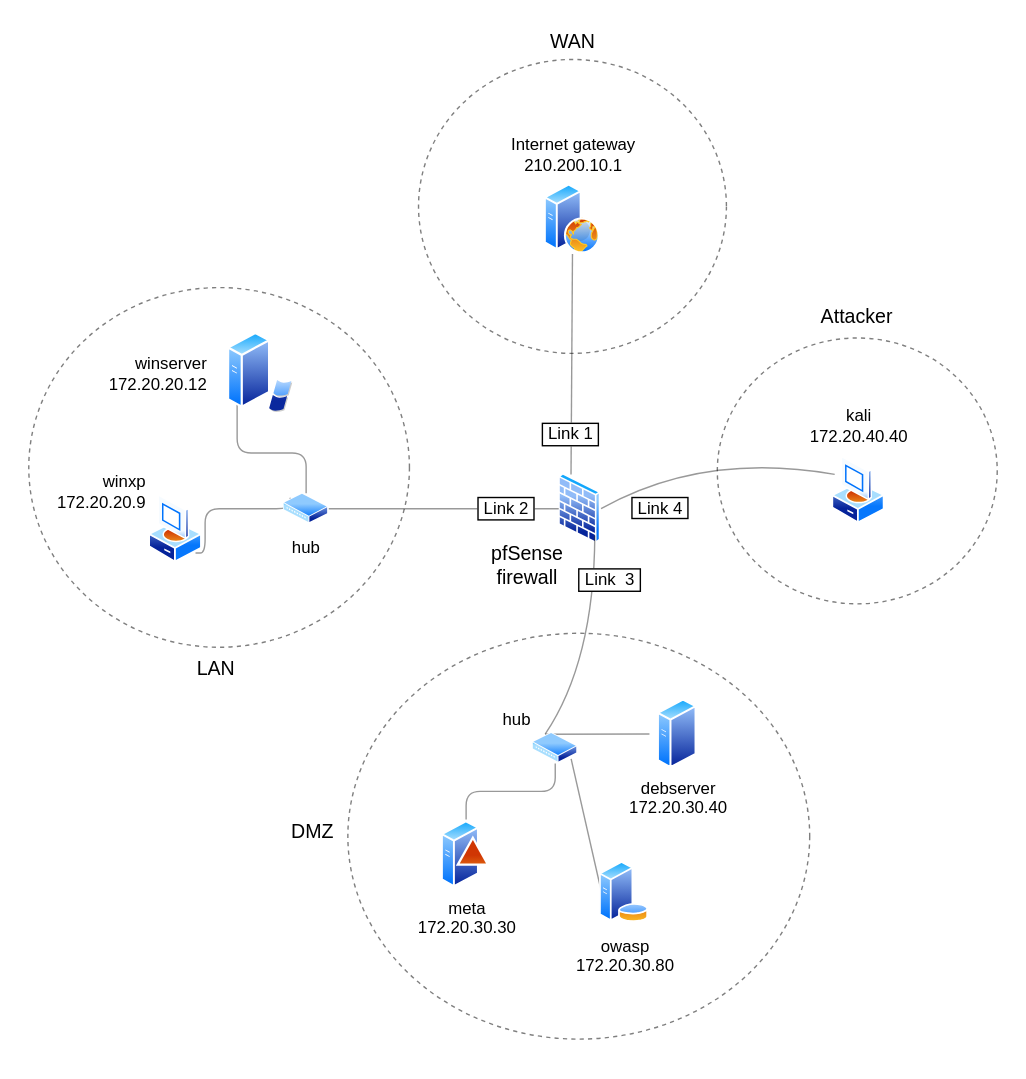
This is Illustrations/CyberLab Overview Light.drawio.svg from TryHackMeNow/CyberLab, a draw.io export, as it was before one commit. Source tidied: cells renumbered, new cells last; positions are measured from the earlier drawing's top-left corner, leaving out a move shared by most shapes.
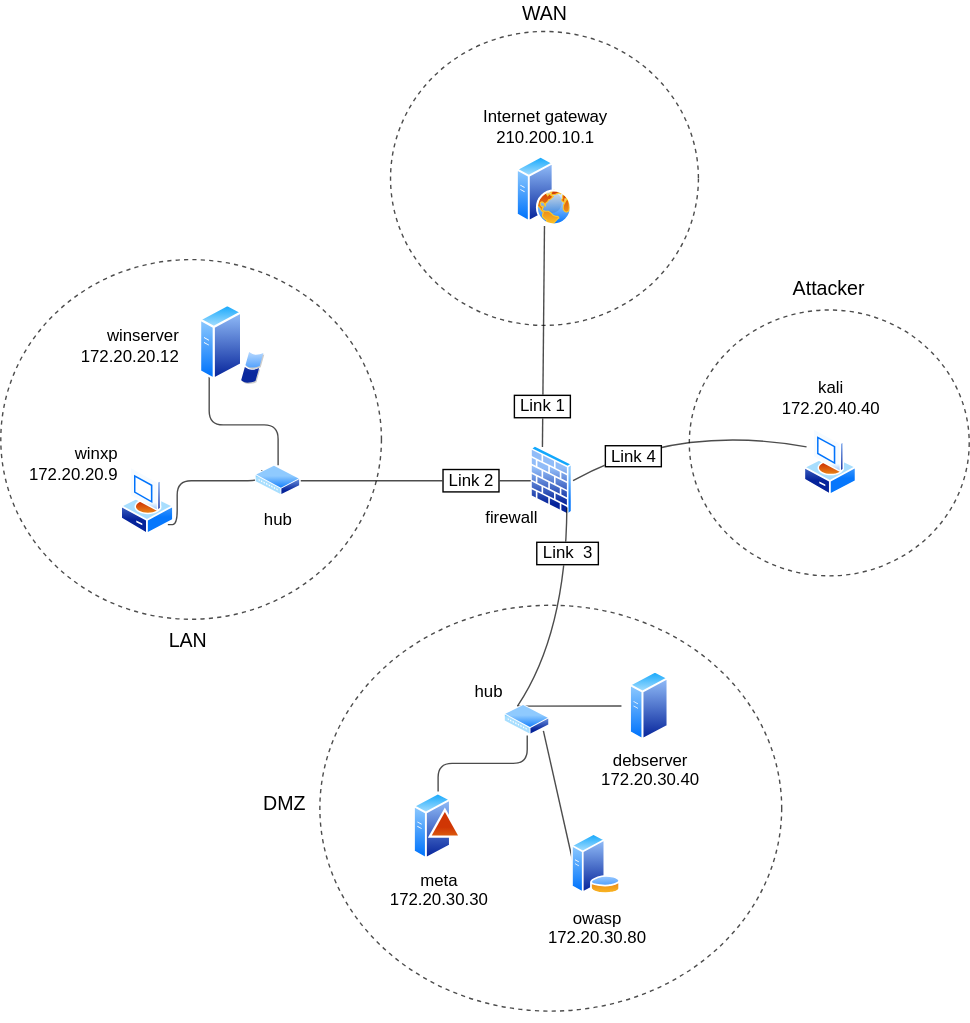
Above is the later version.

The edit, as a diff of the source:
```diff
@@ -2,46 +2,46 @@
   <root>
     <mxCell id="0" />
     <mxCell id="1" parent="0" />
-    <mxCell id="2" value="Attacker" style="ellipse;whiteSpace=wrap;html=1;fillColor=none;strokeWidth=1;labelPosition=center;verticalLabelPosition=top;align=center;verticalAlign=bottom;fontSize=14;fontStyle=0;dashed=1;strokeColor=light-dark(#000000,#FFF2CC);fontColor=light-dark(#000000,#FFF2CC);spacingTop=-1;spacingBottom=4;opacity=50;" parent="1" vertex="1">
+    <mxCell id="2" value="Attacker" style="ellipse;whiteSpace=wrap;html=1;fillColor=none;strokeWidth=1;labelPosition=center;verticalLabelPosition=top;align=center;verticalAlign=bottom;fontSize=14;fontStyle=0;dashed=1;strokeColor=light-dark(#000000,#FFF2CC);fontColor=light-dark(#000000,#FFF2CC);spacingTop=-1;spacingBottom=4;opacity=70;" parent="1" vertex="1">
       <mxGeometry x="492" y="199" width="200" height="190" as="geometry" />
     </mxCell>
-    <mxCell id="3" value="WAN" style="ellipse;whiteSpace=wrap;html=1;fillColor=none;strokeWidth=1;labelPosition=center;verticalLabelPosition=top;align=center;verticalAlign=bottom;fontSize=14;fontStyle=0;dashed=1;strokeColor=light-dark(#000000,#FFF2CC);fontColor=light-dark(#000000,#FFF2CC);opacity=50;spacingBottom=2;" parent="1" vertex="1">
+    <mxCell id="3" value="WAN" style="ellipse;whiteSpace=wrap;html=1;fillColor=none;strokeWidth=1;labelPosition=center;verticalLabelPosition=top;align=center;verticalAlign=bottom;fontSize=14;fontStyle=0;dashed=1;strokeColor=light-dark(#000000,#FFF2CC);fontColor=light-dark(#000000,#FFF2CC);opacity=70;spacingBottom=2;" parent="1" vertex="1">
       <mxGeometry x="278.5" width="220" height="210" as="geometry" />
     </mxCell>
-    <mxCell id="4" value="DMZ&amp;nbsp;&amp;nbsp;" style="ellipse;whiteSpace=wrap;html=1;fillColor=none;strokeWidth=1;labelPosition=left;verticalLabelPosition=middle;align=right;verticalAlign=middle;fontSize=14;fontStyle=0;dashed=1;strokeColor=light-dark(#000000,#FFF2CC);fontColor=light-dark(#000000,#FFF2CC);labelBorderColor=none;spacingTop=0;spacingBottom=7;spacing=2;opacity=50;" parent="1" vertex="1">
+    <mxCell id="4" value="DMZ&amp;nbsp;&amp;nbsp;" style="ellipse;whiteSpace=wrap;html=1;fillColor=none;strokeWidth=1;labelPosition=left;verticalLabelPosition=middle;align=right;verticalAlign=middle;fontSize=14;fontStyle=0;dashed=1;strokeColor=light-dark(#000000,#FFF2CC);fontColor=light-dark(#000000,#FFF2CC);labelBorderColor=none;spacingTop=0;spacingBottom=7;spacing=2;opacity=70;" parent="1" vertex="1">
       <mxGeometry x="228" y="410" width="330" height="290" as="geometry" />
     </mxCell>
-    <mxCell id="5" value="LAN&amp;nbsp;" style="ellipse;whiteSpace=wrap;html=1;fillColor=none;strokeWidth=1;labelPosition=center;verticalLabelPosition=bottom;align=center;verticalAlign=top;fontSize=14;fontStyle=0;dashed=1;strokeColor=light-dark(#000000,#FFF2CC);fontColor=light-dark(#000000,#FFF2CC);opacity=50;" parent="1" vertex="1">
+    <mxCell id="5" value="LAN&amp;nbsp;" style="ellipse;whiteSpace=wrap;html=1;fillColor=none;strokeWidth=1;labelPosition=center;verticalLabelPosition=bottom;align=center;verticalAlign=top;fontSize=14;fontStyle=0;dashed=1;strokeColor=light-dark(#000000,#FFF2CC);fontColor=light-dark(#000000,#FFF2CC);opacity=70;" parent="1" vertex="1">
       <mxGeometry y="163" width="272" height="257" as="geometry" />
     </mxCell>
     <mxCell id="6" value="Internet gateway&lt;div&gt;210.200.10.1&lt;br&gt;&lt;/div&gt;" style="html=1;align=center;shadow=0;dashed=0;spacingTop=0;image=img/lib/active_directory/web_server.svg;labelPosition=center;verticalLabelPosition=top;verticalAlign=bottom;labelBackgroundColor=none;fontColor=light-dark(#000000,#FFFFFF);fontSize=12;shape=image;perimeter=ellipsePerimeter;spacingBottom=4;" parent="1" vertex="1">
       <mxGeometry x="349" y="89.2" width="79" height="49.8" as="geometry" />
     </mxCell>
-    <mxCell id="7" value="&lt;span&gt;&amp;nbsp;Link 1&amp;nbsp;&lt;/span&gt;" style="rounded=0;jettySize=auto;html=1;exitX=0.25;exitY=0;exitDx=0;exitDy=0;endArrow=none;endFill=0;curved=1;opacity=40;fontSize=12;labelBorderColor=light-dark(#000000,#FFB366);spacingLeft=-1;sourcePerimeterSpacing=0;startSize=6;spacingTop=100;entryX=0.5;entryY=1;entryDx=0;entryDy=0;" parent="1" edge="1" source="8" target="6">
+    <mxCell id="7" value="&lt;span&gt;&amp;nbsp;Link 1&amp;nbsp;&lt;/span&gt;" style="rounded=0;jettySize=auto;html=1;exitX=0.25;exitY=0;exitDx=0;exitDy=0;endArrow=none;endFill=0;curved=1;opacity=70;fontSize=12;labelBorderColor=light-dark(#000000,#FFB366);spacingLeft=-1;sourcePerimeterSpacing=0;startSize=6;spacingTop=100;entryX=0.5;entryY=1;entryDx=0;entryDy=0;" parent="1" edge="1" source="8" target="6">
       <mxGeometry relative="1" as="geometry" />
     </mxCell>
-    <mxCell id="8" value="pfSense&lt;br&gt;firewall" style="html=1;align=center;shadow=0;dashed=0;spacingTop=-6;image=img/lib/active_directory/firewall.svg;fontSize=14;labelPosition=left;verticalLabelPosition=bottom;verticalAlign=top;spacingLeft=0;spacingRight=15;spacingBottom=0;spacing=-2;labelBackgroundColor=default;shape=image;perimeter=ellipsePerimeter;" parent="1" vertex="1">
+    <mxCell id="8" value="firewall" style="html=1;align=right;shadow=0;dashed=0;spacingTop=-12;image=img/lib/active_directory/firewall.svg;fontSize=12;labelPosition=left;verticalLabelPosition=bottom;verticalAlign=top;spacingLeft=0;spacingRight=-4;spacingBottom=0;spacing=0;labelBackgroundColor=default;shape=image;perimeter=ellipsePerimeter;" parent="1" vertex="1">
       <mxGeometry x="378.7" y="294" width="30.2" height="54" as="geometry" />
     </mxCell>
-    <mxCell id="9" style="edgeStyle=orthogonalEdgeStyle;rounded=0;jettySize=auto;html=1;exitX=0;exitY=0.5;exitDx=0;exitDy=0;entryX=0.25;entryY=0;entryDx=0;entryDy=0;endArrow=none;endFill=0;curved=1;opacity=40;" parent="1" edge="1" source="10" target="22">
+    <mxCell id="9" style="edgeStyle=orthogonalEdgeStyle;rounded=0;jettySize=auto;html=1;exitX=0;exitY=0.5;exitDx=0;exitDy=0;entryX=0.25;entryY=0;entryDx=0;entryDy=0;endArrow=none;endFill=0;curved=1;opacity=70;" parent="1" edge="1" source="10" target="22">
       <mxGeometry relative="1" as="geometry" />
     </mxCell>
     <mxCell id="10" value="debserver&lt;div&gt;172.20.30.40&lt;/div&gt;" style="html=1;align=center;shadow=0;dashed=0;spacingTop=0;image=img/lib/active_directory/generic_server.svg;shape=image;labelBackgroundColor=none;verticalAlign=top;verticalLabelPosition=bottom;perimeter=ellipsePerimeter;" parent="1" vertex="1">
       <mxGeometry x="443.5" y="457" width="40" height="50" as="geometry" />
     </mxCell>
-    <mxCell id="11" style="rounded=0;jettySize=auto;html=1;exitX=0;exitY=1;exitDx=0;exitDy=0;entryX=1;entryY=1;entryDx=0;entryDy=0;endArrow=none;endFill=0;opacity=40;" parent="1" edge="1" source="12" target="22">
+    <mxCell id="11" style="rounded=0;jettySize=auto;html=1;exitX=0;exitY=1;exitDx=0;exitDy=0;entryX=1;entryY=1;entryDx=0;entryDy=0;endArrow=none;endFill=0;opacity=70;" parent="1" edge="1" source="12" target="22">
       <mxGeometry relative="1" as="geometry" />
     </mxCell>
     <mxCell id="12" value="owasp&lt;div&gt;172.20.30.80&lt;/div&gt;" style="html=1;align=center;shadow=0;dashed=0;spacingTop=0;image=img/lib/active_directory/database_server.svg;shape=image;labelBackgroundColor=none;verticalAlign=top;verticalLabelPosition=bottom;perimeter=ellipsePerimeter;" parent="1" vertex="1">
       <mxGeometry x="408" y="570" width="35" height="50" as="geometry" />
     </mxCell>
-    <mxCell id="13" style="edgeStyle=orthogonalEdgeStyle;rounded=1;jettySize=auto;html=1;exitX=0.5;exitY=0;exitDx=0;exitDy=0;entryX=0.5;entryY=1;entryDx=0;entryDy=0;endArrow=none;endFill=0;curved=0;opacity=40;" parent="1" edge="1" source="14" target="22">
+    <mxCell id="13" style="edgeStyle=orthogonalEdgeStyle;rounded=1;jettySize=auto;html=1;exitX=0.5;exitY=0;exitDx=0;exitDy=0;entryX=0.5;entryY=1;entryDx=0;entryDy=0;endArrow=none;endFill=0;curved=0;opacity=70;" parent="1" edge="1" source="14" target="22">
       <mxGeometry relative="1" as="geometry" />
     </mxCell>
     <mxCell id="14" value="meta&lt;div&gt;172.20.30.30&lt;/div&gt;" style="html=1;align=center;shadow=0;dashed=0;spacingTop=0;image=img/lib/active_directory/domain_controller.svg;shape=image;labelBackgroundColor=none;verticalAlign=top;verticalLabelPosition=bottom;perimeter=ellipsePerimeter;" parent="1" vertex="1">
       <mxGeometry x="295" y="543" width="35" height="50" as="geometry" />
     </mxCell>
-    <mxCell id="15" style="edgeStyle=orthogonalEdgeStyle;rounded=1;jettySize=auto;html=1;exitX=1;exitY=1;exitDx=0;exitDy=0;entryX=0;entryY=0;entryDx=0;entryDy=0;curved=0;endArrow=none;endFill=0;opacity=40;" parent="1" edge="1" source="16" target="23">
+    <mxCell id="15" style="edgeStyle=orthogonalEdgeStyle;rounded=1;jettySize=auto;html=1;exitX=1;exitY=1;exitDx=0;exitDy=0;entryX=0;entryY=0;entryDx=0;entryDy=0;curved=0;endArrow=none;endFill=0;opacity=70;" parent="1" edge="1" source="16" target="23">
       <mxGeometry relative="1" as="geometry">
         <Array as="points">
           <mxPoint x="126" y="321" />
@@ -52,13 +52,13 @@
     <mxCell id="16" value="winxp&lt;div&gt;172.20.20.9&lt;/div&gt;" style="html=1;align=right;shadow=0;dashed=0;spacingTop=0;image=img/lib/active_directory/vista_client.svg;shape=image;labelBackgroundColor=none;verticalAlign=bottom;verticalLabelPosition=top;perimeter=ellipsePerimeter;labelPosition=left;spacingBottom=-16;" parent="1" vertex="1">
       <mxGeometry x="85" y="310" width="40" height="50" as="geometry" />
     </mxCell>
-    <mxCell id="17" style="edgeStyle=orthogonalEdgeStyle;rounded=1;jettySize=auto;html=1;exitX=0;exitY=1;exitDx=0;exitDy=0;entryX=0.5;entryY=0;entryDx=0;entryDy=0;endArrow=none;endFill=0;curved=0;opacity=40;" parent="1" edge="1" source="18" target="23">
+    <mxCell id="17" style="edgeStyle=orthogonalEdgeStyle;rounded=1;jettySize=auto;html=1;exitX=0;exitY=1;exitDx=0;exitDy=0;entryX=0.5;entryY=0;entryDx=0;entryDy=0;endArrow=none;endFill=0;curved=0;opacity=70;" parent="1" edge="1" source="18" target="23">
       <mxGeometry relative="1" as="geometry" />
     </mxCell>
     <mxCell id="18" value="winserver&amp;nbsp; &amp;nbsp;&amp;nbsp;&lt;div&gt;172.20.20.12&amp;nbsp; &amp;nbsp;&amp;nbsp;&lt;/div&gt;" style="html=1;align=right;shadow=0;dashed=0;spacingTop=3;image=img/lib/active_directory/windows_server_2.svg;shape=image;labelBackgroundColor=none;verticalAlign=middle;verticalLabelPosition=middle;perimeter=ellipsePerimeter;labelPosition=left;" parent="1" vertex="1">
       <mxGeometry x="142" y="195" width="47" height="57.3" as="geometry" />
     </mxCell>
-    <mxCell id="19" value="&amp;nbsp;Link 4&amp;nbsp;" style="rounded=0;jettySize=auto;html=1;entryX=1;entryY=0.5;entryDx=0;entryDy=0;endArrow=none;endFill=0;opacity=40;exitX=0;exitY=0.25;exitDx=0;exitDy=0;fontSize=12;labelPosition=center;verticalLabelPosition=top;align=center;verticalAlign=bottom;labelBorderColor=light-dark(#000000,#FFB366);textShadow=0;sourcePerimeterSpacing=0;spacingTop=0;spacingLeft=-72;spacingBottom=-50;labelBackgroundColor=default;curved=1;" parent="1" edge="1" source="20">
+    <mxCell id="19" value="&amp;nbsp;Link 4&amp;nbsp;" style="rounded=0;jettySize=auto;html=1;entryX=1;entryY=0.5;entryDx=0;entryDy=0;endArrow=none;endFill=0;opacity=70;exitX=0;exitY=0.25;exitDx=0;exitDy=0;fontSize=12;labelPosition=center;verticalLabelPosition=top;align=center;verticalAlign=bottom;labelBorderColor=light-dark(#000000,#FFB366);textShadow=0;sourcePerimeterSpacing=0;spacingTop=0;spacingLeft=-72;spacingBottom=-33;labelBackgroundColor=default;curved=1;" parent="1" edge="1" source="20">
       <mxGeometry relative="1" as="geometry">
         <mxPoint x="408.9" y="321" as="targetPoint" />
         <Array as="points">
@@ -69,7 +69,7 @@
     <mxCell id="20" value="kali&lt;div&gt;172.20.40.40&lt;br&gt;&lt;/div&gt;" style="image;perimeter=ellipsePerimeter;html=1;align=center;shadow=0;dashed=0;spacingTop=0;image=img/lib/active_directory/vista_client.svg;labelPosition=center;verticalLabelPosition=top;verticalAlign=bottom;labelBackgroundColor=none;spacingBottom=3;" parent="1" vertex="1">
       <mxGeometry x="574" y="282.3" width="38" height="50" as="geometry" />
     </mxCell>
-    <mxCell id="21" value="&amp;nbsp;Link&amp;nbsp; 3&amp;nbsp;" style="rounded=0;jettySize=auto;html=1;exitX=0.25;exitY=0;exitDx=0;exitDy=0;endArrow=none;endFill=0;opacity=40;entryX=1;entryY=1;entryDx=0;entryDy=0;fontSize=12;labelBorderColor=light-dark(#000000,#FFB366);spacingLeft=21;spacingBottom=87;curved=1;" parent="1" edge="1" source="22" target="8">
+    <mxCell id="21" value="&amp;nbsp;Link&amp;nbsp; 3&amp;nbsp;" style="rounded=0;jettySize=auto;html=1;exitX=0.25;exitY=0;exitDx=0;exitDy=0;endArrow=none;endFill=0;opacity=70;entryX=1;entryY=1;entryDx=0;entryDy=0;fontSize=12;labelBorderColor=light-dark(#000000,#FFB366);spacingLeft=2;spacingBottom=86;curved=1;" parent="1" edge="1" source="22" target="8">
       <mxGeometry relative="1" as="geometry">
         <Array as="points">
           <mxPoint x="404" y="430" />
@@ -82,7 +82,7 @@
     <mxCell id="23" value="hub" style="image;perimeter=ellipsePerimeter;html=1;align=center;shadow=0;dashed=0;spacingTop=3;image=img/lib/active_directory/wiring_hub.svg;" parent="1" vertex="1">
       <mxGeometry x="182" y="310" width="32.4" height="22" as="geometry" />
     </mxCell>
-    <mxCell id="24" value="&amp;nbsp;Link 2&amp;nbsp;" style="edgeStyle=orthogonalEdgeStyle;rounded=0;jettySize=auto;html=1;exitX=1;exitY=0.5;exitDx=0;exitDy=0;endArrow=none;endFill=0;entryX=0;entryY=0.5;entryDx=0;entryDy=0;opacity=40;fontSize=12;labelBorderColor=light-dark(#000000,#FFB366);spacingLeft=90;" parent="1" edge="1" source="23" target="8">
+    <mxCell id="24" value="&amp;nbsp;Link 2&amp;nbsp;" style="edgeStyle=orthogonalEdgeStyle;rounded=0;jettySize=auto;html=1;exitX=1;exitY=0.5;exitDx=0;exitDy=0;endArrow=none;endFill=0;entryX=0;entryY=0.5;entryDx=0;entryDy=0;opacity=70;fontSize=12;labelBorderColor=light-dark(#000000,#FFB366);spacingLeft=79;" parent="1" edge="1" source="23" target="8">
       <mxGeometry relative="1" as="geometry" />
     </mxCell>
     <mxCell id="25" style="edgeStyle=orthogonalEdgeStyle;rounded=0;orthogonalLoop=1;jettySize=auto;html=1;exitX=0.5;exitY=1;exitDx=0;exitDy=0;" parent="1" edge="1" source="3" target="3">
```
